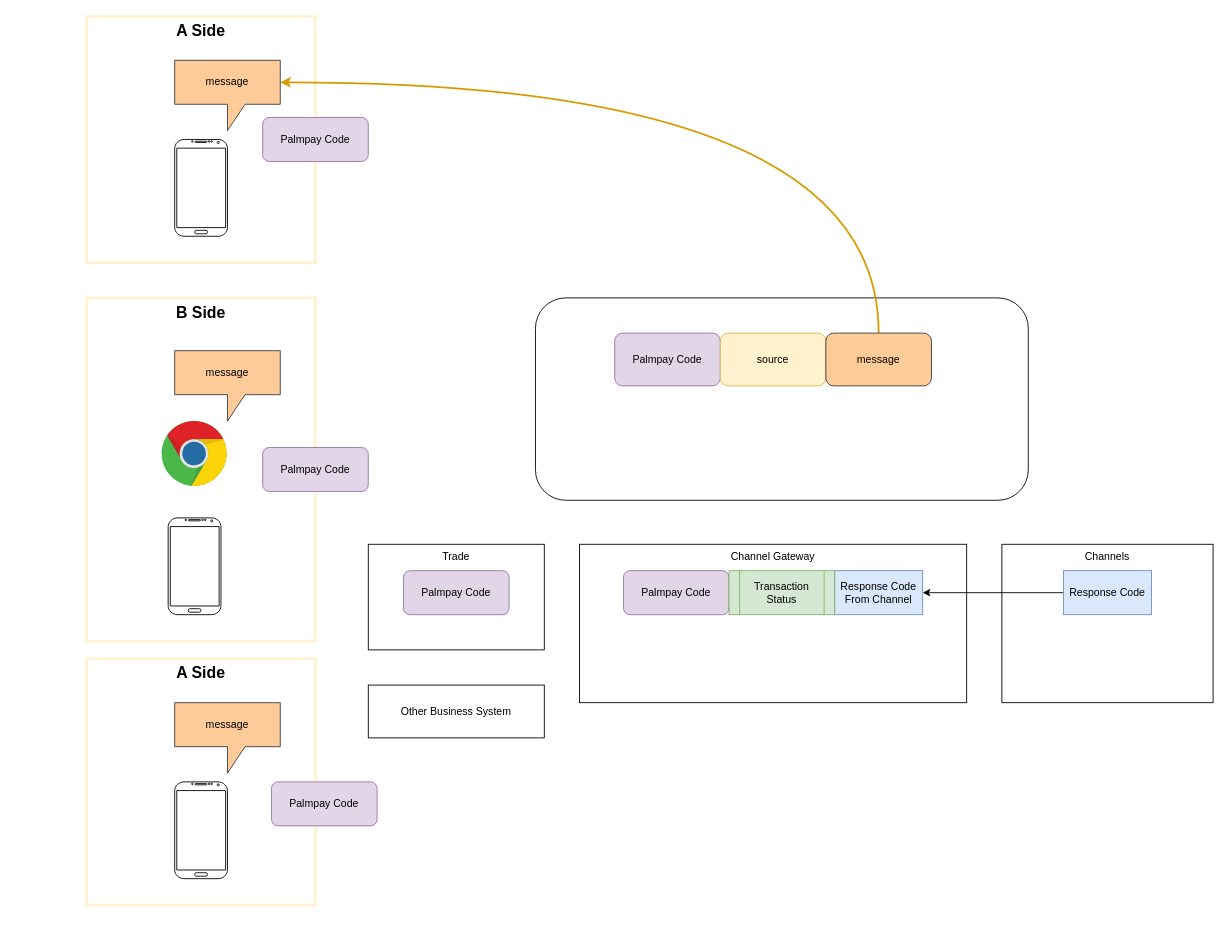
catface996/images keeps this draw.io diagram as Palmpay Standard Response Code.drawio. Above is the earlier version. Source tidied: cells renumbered, new cells numbered last; positions are measured from the earlier drawing's top-left corner, leaving out a move shared by most shapes. Both pictures are drawn from the tidied source at 88%, with x=0, y=0 at pixel (86, 16).
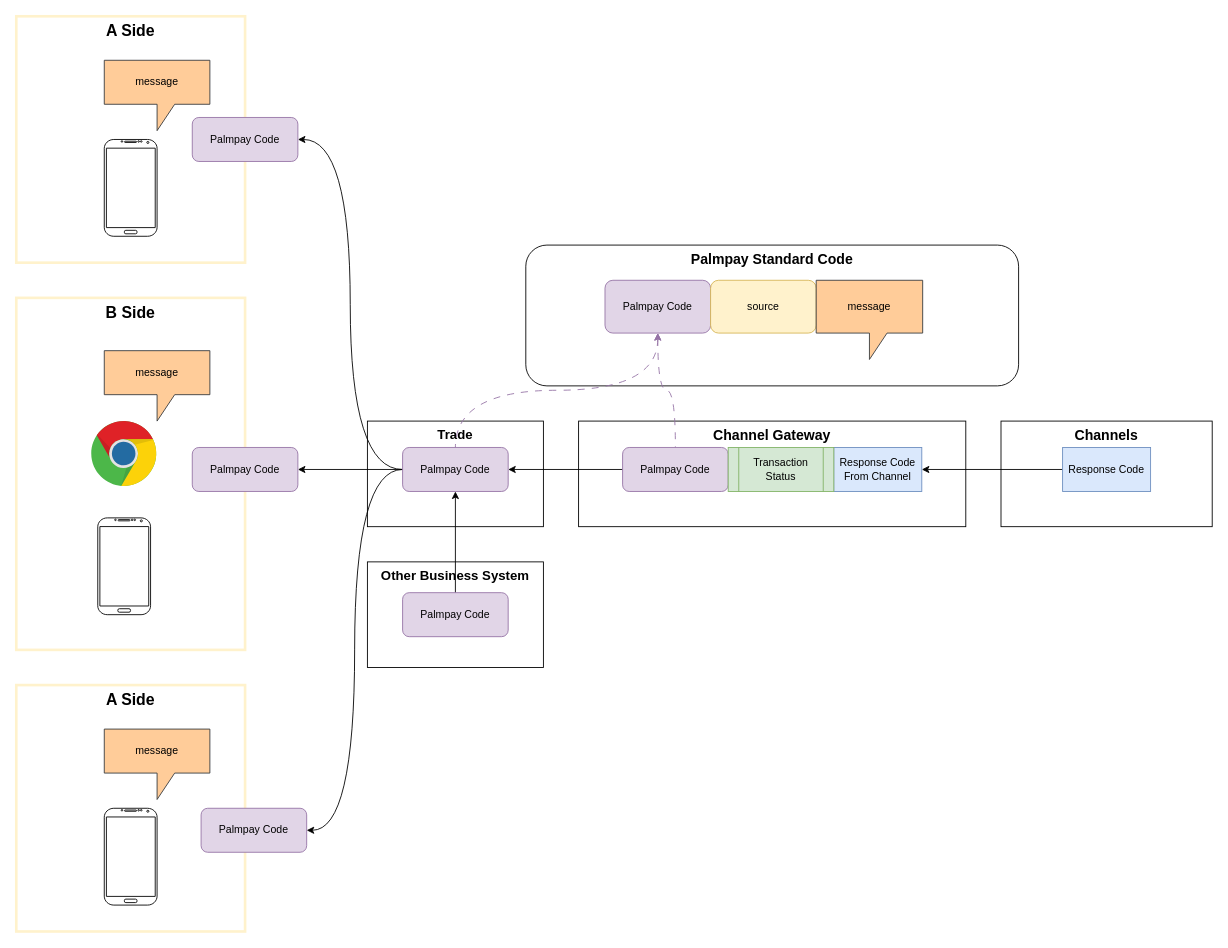
After the change.

The edit, as a diff of the source:
```diff
@@
     <mxCell id="2" value="A Side" style="rounded=0;whiteSpace=wrap;html=1;fontStyle=1;verticalAlign=top;fontSize=18;strokeColor=#FFF2CC;strokeWidth=3;" parent="1" vertex="1">
-      <mxGeometry y="730" width="260" height="280" as="geometry" />
+      <mxGeometry x="-80" y="760" width="260" height="280" as="geometry" />
     </mxCell>
     <mxCell id="3" value="B Side" style="rounded=0;whiteSpace=wrap;html=1;verticalAlign=top;fontStyle=1;fontSize=18;strokeColor=#FFF2CC;strokeWidth=3;" parent="1" vertex="1">
-      <mxGeometry y="320" width="260" height="390" as="geometry" />
+      <mxGeometry x="-80" y="320" width="260" height="400" as="geometry" />
     </mxCell>
     <mxCell id="4" value="A Side" style="rounded=0;whiteSpace=wrap;html=1;fontStyle=1;verticalAlign=top;fontSize=18;strokeColor=#FFF2CC;strokeWidth=3;" parent="1" vertex="1">
-      <mxGeometry width="260" height="280" as="geometry" />
+      <mxGeometry x="-80" width="260" height="280" as="geometry" />
     </mxCell>
-    <mxCell id="5" value="Trade" style="rounded=0;whiteSpace=wrap;html=1;verticalAlign=top;" parent="1" vertex="1">
-      <mxGeometry x="320" y="600" width="200" height="120" as="geometry" />
+    <mxCell id="5" value="Trade" style="rounded=0;whiteSpace=wrap;html=1;verticalAlign=top;fontStyle=1;fontSize=15;" parent="1" vertex="1">
+      <mxGeometry x="319" y="460" width="200" height="120" as="geometry" />
     </mxCell>
-    <mxCell id="6" value="Other Business System" style="rounded=0;whiteSpace=wrap;html=1;" parent="1" vertex="1">
-      <mxGeometry x="320" y="760" width="200" height="60" as="geometry" />
+    <mxCell id="6" value="Other Business System" style="rounded=0;whiteSpace=wrap;html=1;verticalAlign=top;fontStyle=1;fontSize=15;" parent="1" vertex="1">
+      <mxGeometry x="319" y="620" width="200" height="120" as="geometry" />
     </mxCell>
-    <mxCell id="7" value="Channel Gateway" style="rounded=0;whiteSpace=wrap;html=1;verticalAlign=top;" parent="1" vertex="1">
-      <mxGeometry x="560" y="600" width="440" height="180" as="geometry" />
+    <mxCell id="7" value="Channel Gateway" style="rounded=0;whiteSpace=wrap;html=1;verticalAlign=top;fontSize=16;fontStyle=1;" parent="1" vertex="1">
+      <mxGeometry x="559" y="460" width="440" height="120" as="geometry" />
     </mxCell>
     <mxCell id="8" value="Response Code&lt;br&gt;From Channel" style="rounded=0;whiteSpace=wrap;html=1;fillColor=#dae8fc;strokeColor=#6c8ebf;" parent="1" vertex="1">
-      <mxGeometry x="850" y="630" width="100" height="50" as="geometry" />
+      <mxGeometry x="849" y="490" width="100" height="50" as="geometry" />
     </mxCell>
-    <mxCell id="9" value="Channels" style="rounded=0;whiteSpace=wrap;html=1;verticalAlign=top;" parent="1" vertex="1">
-      <mxGeometry x="1040" y="600" width="240" height="180" as="geometry" />
+    <mxCell id="9" value="Channels" style="rounded=0;whiteSpace=wrap;html=1;verticalAlign=top;fontSize=16;fontStyle=1;" parent="1" vertex="1">
+      <mxGeometry x="1039" y="460" width="240" height="120" as="geometry" />
     </mxCell>
     <mxCell id="10" style="verticalLabelPosition=bottom;verticalAlign=top;html=1;shadow=0;dashed=0;strokeWidth=1;shape=mxgraph.android.phone2;strokeColor=#000000;" parent="1" vertex="1">
-      <mxGeometry x="100" y="140" width="60" height="110" as="geometry" />
+      <mxGeometry x="20" y="140" width="60" height="110" as="geometry" />
     </mxCell>
@@
     <mxCell id="12" value="Response Code" style="rounded=0;whiteSpace=wrap;html=1;fillColor=#dae8fc;strokeColor=#6c8ebf;" parent="1" vertex="1">
-      <mxGeometry x="1110" y="630" width="100" height="50" as="geometry" />
+      <mxGeometry x="1109" y="490" width="100" height="50" as="geometry" />
     </mxCell>
-    <mxCell id="13" style="rounded=1;whiteSpace=wrap;html=1;" parent="1" vertex="1">
-      <mxGeometry x="510" y="320" width="560" height="230" as="geometry" />
+    <mxCell id="13" value="Palmpay Standard Code" style="rounded=1;whiteSpace=wrap;html=1;verticalAlign=top;fontStyle=1;fontSize=16;" parent="1" vertex="1">
+      <mxGeometry x="499" y="260" width="560" height="160" as="geometry" />
     </mxCell>
+    <mxCell id="30" style="edgeStyle=orthogonalEdgeStyle;rounded=0;jettySize=auto;html=1;entryX=0.5;entryY=0;entryDx=0;entryDy=0;curved=1;endArrow=none;endFill=0;startArrow=classic;startFill=1;exitX=0.5;exitY=1;exitDx=0;exitDy=0;dashed=1;dashPattern=8 8;fillColor=#e1d5e7;strokeColor=#9673a6;" parent="1" edge="1" source="14" target="27">
+      <mxGeometry relative="1" as="geometry" />
+    </mxCell>
+    <mxCell id="31" style="edgeStyle=orthogonalEdgeStyle;rounded=0;jettySize=auto;html=1;entryX=0.5;entryY=0;entryDx=0;entryDy=0;curved=1;endArrow=none;endFill=0;startArrow=classic;startFill=1;dashed=1;dashPattern=8 8;fillColor=#e1d5e7;strokeColor=#9673a6;" parent="1" edge="1" source="14" target="18">
+      <mxGeometry relative="1" as="geometry" />
+    </mxCell>
     <mxCell id="14" value="Palmpay Code" style="rounded=1;whiteSpace=wrap;html=1;fillColor=#e1d5e7;strokeColor=#9673a6;" parent="1" vertex="1">
-      <mxGeometry x="600" y="360" width="120" height="60" as="geometry" />
+      <mxGeometry x="589" y="300" width="120" height="60" as="geometry" />
     </mxCell>
     <mxCell id="15" value="source" style="rounded=1;whiteSpace=wrap;html=1;fillColor=#fff2cc;strokeColor=#d6b656;" parent="1" vertex="1">
-      <mxGeometry x="720" y="360" width="120" height="60" as="geometry" />
+      <mxGeometry x="709" y="300" width="120" height="60" as="geometry" />
     </mxCell>
-    <mxCell id="16" style="edgeStyle=orthogonalEdgeStyle;rounded=0;jettySize=auto;html=1;entryX=0;entryY=0;entryDx=120;entryDy=25;entryPerimeter=0;exitX=0.5;exitY=0;exitDx=0;exitDy=0;curved=1;fillColor=#ffe6cc;strokeColor=#d79b00;strokeWidth=2;" parent="1" edge="1" source="17" target="22">
-      <mxGeometry relative="1" as="geometry" />
-    </mxCell>
-    <mxCell id="17" value="message" style="rounded=1;whiteSpace=wrap;html=1;fillColor=#ffcc99;strokeColor=#36393d;" parent="1" vertex="1">
-      <mxGeometry x="840" y="360" width="120" height="60" as="geometry" />
-    </mxCell>
+    <mxCell id="32" style="edgeStyle=orthogonalEdgeStyle;rounded=0;jettySize=auto;html=1;entryX=1;entryY=0.5;entryDx=0;entryDy=0;" parent="1" edge="1" source="18" target="27">
+      <mxGeometry relative="1" as="geometry" />
+    </mxCell>
     <mxCell id="18" value="Palmpay Code" style="rounded=1;whiteSpace=wrap;html=1;fillColor=#e1d5e7;strokeColor=#9673a6;" parent="1" vertex="1">
-      <mxGeometry x="610" y="630" width="120" height="50" as="geometry" />
+      <mxGeometry x="609" y="490" width="120" height="50" as="geometry" />
     </mxCell>
     <mxCell id="19" value="Transaction&lt;br&gt;Status" style="shape=process;whiteSpace=wrap;html=1;backgroundOutline=1;fillColor=#d5e8d4;strokeColor=#82b366;" parent="1" vertex="1">
-      <mxGeometry x="730" y="630" width="120" height="50" as="geometry" />
+      <mxGeometry x="729" y="490" width="120" height="50" as="geometry" />
     </mxCell>
     <mxCell id="20" style="dashed=0;html=1;align=center;labelPosition=center;verticalLabelPosition=bottom;verticalAlign=top;shape=mxgraph.weblogos.chrome;" parent="1" vertex="1">
-      <mxGeometry x="85.2" y="460" width="74.8" height="75.4" as="geometry" />
+      <mxGeometry x="5.2" y="460" width="74.8" height="75.4" as="geometry" />
     </mxCell>
     <mxCell id="21" style="verticalLabelPosition=bottom;verticalAlign=top;html=1;shadow=0;dashed=0;strokeWidth=1;shape=mxgraph.android.phone2;strokeColor=#000000;" parent="1" vertex="1">
-      <mxGeometry x="92.6" y="570" width="60" height="110" as="geometry" />
+      <mxGeometry x="12.6" y="570" width="60" height="110" as="geometry" />
     </mxCell>
     <mxCell id="22" value="message" style="shape=callout;whiteSpace=wrap;html=1;perimeter=calloutPerimeter;fillColor=#ffcc99;strokeColor=#36393d;" parent="1" vertex="1">
-      <mxGeometry x="100" y="50" width="120" height="80" as="geometry" />
+      <mxGeometry x="20" y="50" width="120" height="80" as="geometry" />
     </mxCell>
     <mxCell id="23" value="message" style="shape=callout;whiteSpace=wrap;html=1;perimeter=calloutPerimeter;fillColor=#ffcc99;strokeColor=#36393d;" parent="1" vertex="1">
-      <mxGeometry x="100" y="380" width="120" height="80" as="geometry" />
+      <mxGeometry x="20" y="380" width="120" height="80" as="geometry" />
     </mxCell>
     <mxCell id="24" style="verticalLabelPosition=bottom;verticalAlign=top;html=1;shadow=0;dashed=0;strokeWidth=1;shape=mxgraph.android.phone2;strokeColor=#000000;" parent="1" vertex="1">
-      <mxGeometry x="100" y="870" width="60" height="110" as="geometry" />
+      <mxGeometry x="20" y="900" width="60" height="110" as="geometry" />
     </mxCell>
     <mxCell id="25" value="message" style="shape=callout;whiteSpace=wrap;html=1;perimeter=calloutPerimeter;fillColor=#ffcc99;strokeColor=#36393d;" parent="1" vertex="1">
-      <mxGeometry x="100" y="780" width="120" height="80" as="geometry" />
+      <mxGeometry x="20" y="810" width="120" height="80" as="geometry" />
     </mxCell>
     <mxCell id="26" value="Palmpay Code" style="rounded=1;whiteSpace=wrap;html=1;fillColor=#e1d5e7;strokeColor=#9673a6;" parent="1" vertex="1">
-      <mxGeometry x="210" y="870" width="120" height="50" as="geometry" />
+      <mxGeometry x="130" y="900" width="120" height="50" as="geometry" />
     </mxCell>
+    <mxCell id="33" style="edgeStyle=orthogonalEdgeStyle;rounded=0;jettySize=auto;html=1;entryX=1;entryY=0.5;entryDx=0;entryDy=0;" parent="1" edge="1" source="27" target="28">
+      <mxGeometry relative="1" as="geometry" />
+    </mxCell>
+    <mxCell id="34" style="edgeStyle=orthogonalEdgeStyle;rounded=0;jettySize=auto;html=1;entryX=1;entryY=0.5;entryDx=0;entryDy=0;curved=1;" parent="1" edge="1" source="27" target="29">
+      <mxGeometry relative="1" as="geometry" />
+    </mxCell>
+    <mxCell id="35" style="edgeStyle=orthogonalEdgeStyle;rounded=0;jettySize=auto;html=1;entryX=1;entryY=0.5;entryDx=0;entryDy=0;exitX=0;exitY=0.5;exitDx=0;exitDy=0;curved=1;" parent="1" edge="1" source="27" target="26">
+      <mxGeometry relative="1" as="geometry" />
+    </mxCell>
     <mxCell id="27" value="Palmpay Code" style="rounded=1;whiteSpace=wrap;html=1;fillColor=#e1d5e7;strokeColor=#9673a6;" parent="1" vertex="1">
-      <mxGeometry x="360" y="630" width="120" height="50" as="geometry" />
+      <mxGeometry x="359" y="490" width="120" height="50" as="geometry" />
     </mxCell>
     <mxCell id="28" value="Palmpay Code" style="rounded=1;whiteSpace=wrap;html=1;fillColor=#e1d5e7;strokeColor=#9673a6;" parent="1" vertex="1">
-      <mxGeometry x="200" y="490" width="120" height="50" as="geometry" />
+      <mxGeometry x="120" y="490" width="120" height="50" as="geometry" />
     </mxCell>
     <mxCell id="29" value="Palmpay Code" style="rounded=1;whiteSpace=wrap;html=1;fillColor=#e1d5e7;strokeColor=#9673a6;" parent="1" vertex="1">
-      <mxGeometry x="200" y="115" width="120" height="50" as="geometry" />
+      <mxGeometry x="120" y="115" width="120" height="50" as="geometry" />
     </mxCell>
+    <mxCell id="36" style="edgeStyle=orthogonalEdgeStyle;rounded=0;jettySize=auto;html=1;entryX=0.5;entryY=1;entryDx=0;entryDy=0;" parent="1" edge="1" source="37" target="27">
+      <mxGeometry relative="1" as="geometry" />
+    </mxCell>
+    <mxCell id="37" value="Palmpay Code" style="rounded=1;whiteSpace=wrap;html=1;fillColor=#e1d5e7;strokeColor=#9673a6;" parent="1" vertex="1">
+      <mxGeometry x="359" y="655" width="120" height="50" as="geometry" />
+    </mxCell>
+    <mxCell id="17" value="message" style="shape=callout;whiteSpace=wrap;html=1;perimeter=calloutPerimeter;fillColor=#ffcc99;strokeColor=#36393d;" parent="1" vertex="1">
+      <mxGeometry x="829" y="300" width="121" height="90" as="geometry" />
+    </mxCell>
```
